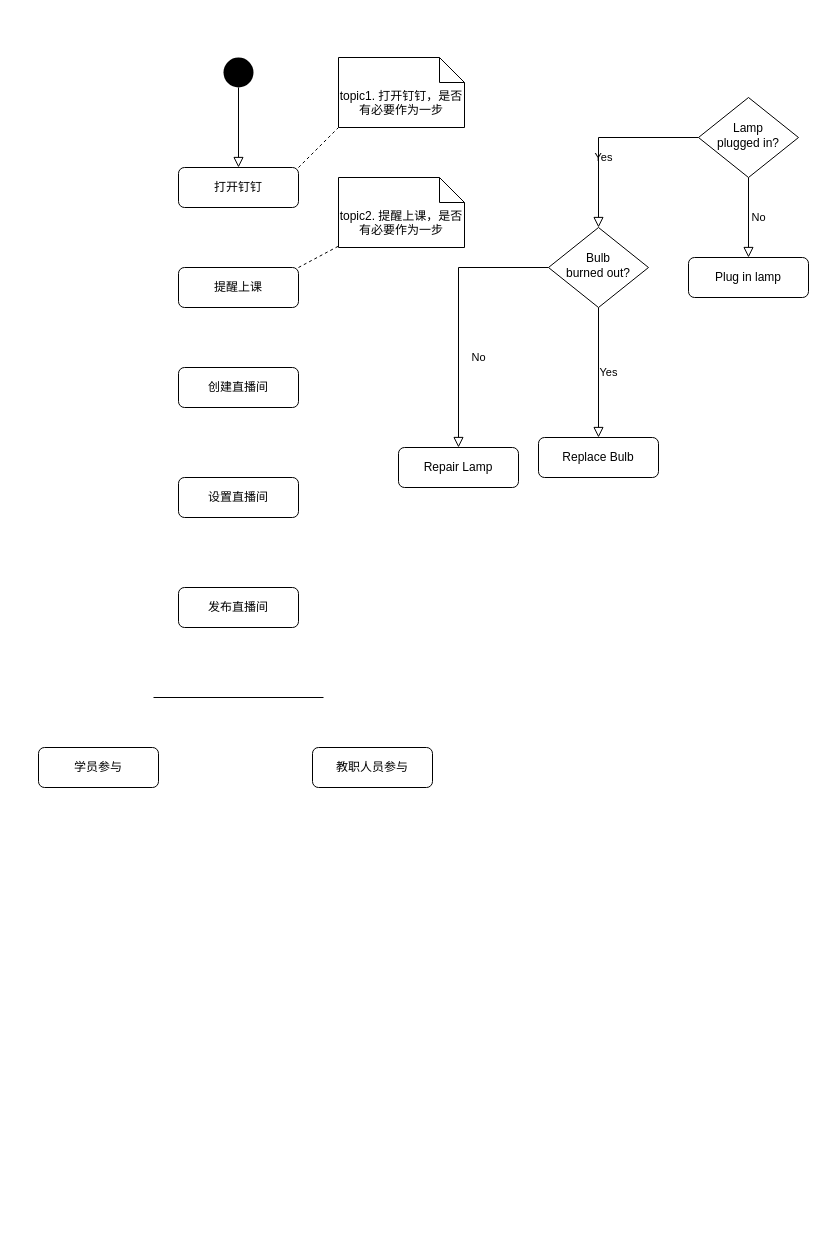
Before: 钉钉开课流程.drawio in innovatorCL/DiagramsRepo, a draw.io diagram. Source tidied: cells renumbered, new cells numbered last; positions are measured from the earlier drawing's top-left corner, leaving out a move shared by most shapes. Both pictures are drawn from the tidied source at 100%, with x=0, y=0 at pixel (38, 57).
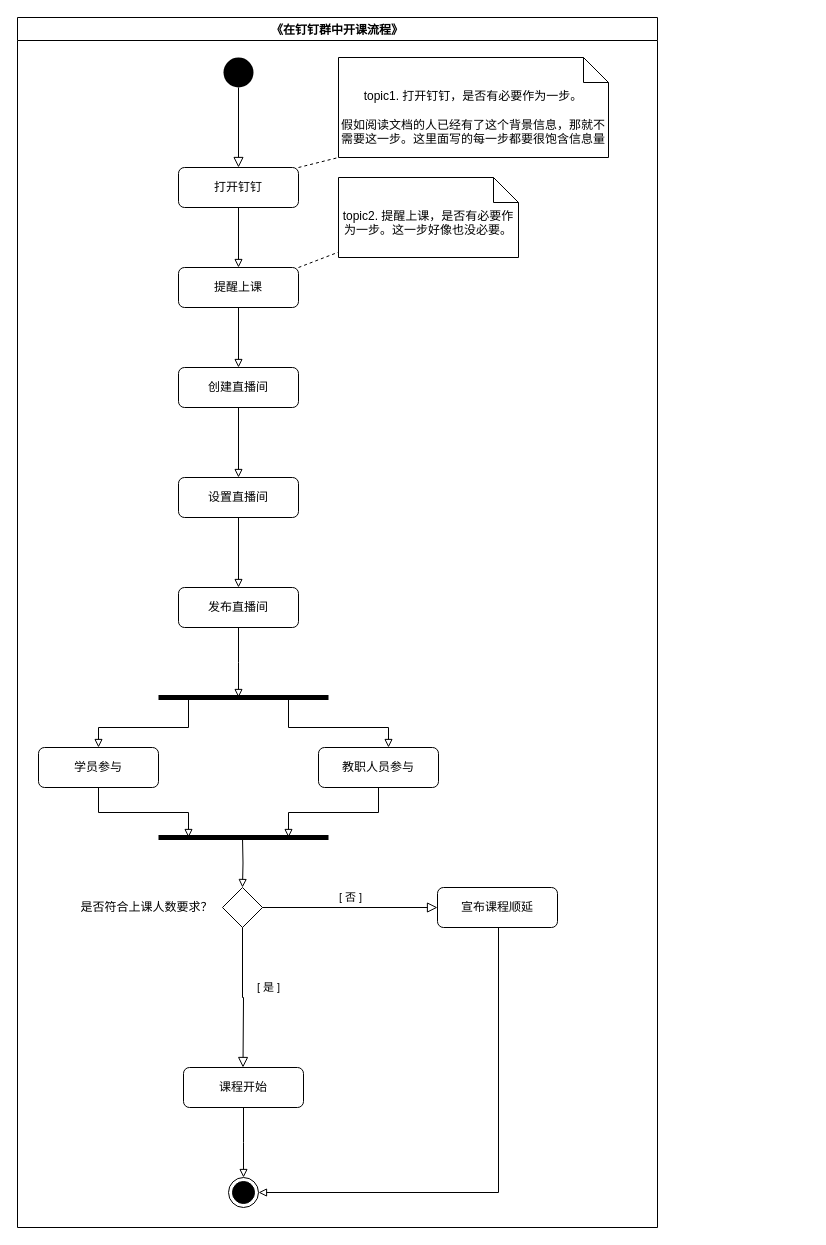
The same page after the edit.

Commit message (it also covers changes not shown here):
Update 钉钉开课流程.drawio

Change to the diagram source:
```diff
@@
+    <mxCell id="25" style="group;" parent="1" vertex="1">
+      <mxGeometry x="-21" y="-40" width="640" height="1210" as="geometry" />
+    </mxCell>
+    <mxCell id="26" value="《在钉钉群中开课流程》" style="swimlane;shadow=0;sketch=0;fillStyle=auto;rounded=0;swimlaneLine=1;glass=0;fillColor=none;swimlaneFillColor=default;" parent="25" vertex="1">
+      <mxGeometry width="640" height="1210" as="geometry" />
+    </mxCell>
+    <mxCell id="27" style="rhombus;whiteSpace=wrap;html=1;shadow=0;fontFamily=Helvetica;fontSize=12;align=center;strokeWidth=1;spacing=6;spacingTop=-4;" parent="26" vertex="1">
+      <mxGeometry x="205" y="870" width="40" height="40" as="geometry" />
+    </mxCell>
+    <mxCell id="28" value="宣布课程顺延" style="rounded=1;whiteSpace=wrap;html=1;fontSize=12;glass=0;strokeWidth=1;shadow=0;" parent="26" vertex="1">
+      <mxGeometry x="420" y="870" width="120" height="40" as="geometry" />
+    </mxCell>
+    <mxCell id="8" value="[ 否 ]" style="edgeStyle=orthogonalEdgeStyle;rounded=0;html=1;jettySize=auto;fontSize=11;endArrow=block;endFill=0;endSize=8;strokeWidth=1;shadow=0;labelBackgroundColor=none;exitX=1;exitY=0.5;exitDx=0;exitDy=0;entryX=0;entryY=0.5;entryDx=0;entryDy=0;" parent="26" edge="1" source="27" target="28">
+      <mxGeometry y="10" relative="1" as="geometry" />
+    </mxCell>
+    <mxCell id="29" value="是否符合上课人数要求？" style="text;html=1;strokeColor=none;fillColor=none;align=center;verticalAlign=middle;whiteSpace=wrap;rounded=0;shadow=0;glass=0;sketch=0;fillStyle=auto;" parent="26" vertex="1">
+      <mxGeometry x="54" y="877.5" width="151" height="25" as="geometry" />
+    </mxCell>
-    <mxCell id="2" value="打开钉钉" style="rounded=1;whiteSpace=wrap;html=1;fontSize=12;glass=0;strokeWidth=1;shadow=0;" parent="1" vertex="1">
-      <mxGeometry x="140" y="110" width="120" height="40" as="geometry" />
+    <mxCell id="2" value="打开钉钉" style="rounded=1;whiteSpace=wrap;html=1;fontSize=12;glass=0;strokeWidth=1;shadow=0;" parent="25" vertex="1">
+      <mxGeometry x="161" y="150" width="120" height="40" as="geometry" />
     </mxCell>
-    <mxCell id="3" value="Yes" style="rounded=0;html=1;jettySize=auto;fontSize=11;endArrow=block;endFill=0;endSize=8;strokeWidth=1;shadow=0;labelBackgroundColor=none;edgeStyle=orthogonalEdgeStyle;" parent="1" edge="1" source="5" target="9">
-      <mxGeometry y="20" relative="1" as="geometry" />
-    </mxCell>
-    <mxCell id="4" value="No" style="edgeStyle=orthogonalEdgeStyle;rounded=0;html=1;jettySize=auto;fontSize=11;endArrow=block;endFill=0;endSize=8;strokeWidth=1;shadow=0;labelBackgroundColor=none;" parent="1" edge="1" source="5" target="6">
-      <mxGeometry y="10" relative="1" as="geometry" />
-    </mxCell>
-    <mxCell id="5" value="Lamp&lt;br&gt;plugged in?" style="rhombus;whiteSpace=wrap;html=1;shadow=0;fontFamily=Helvetica;fontSize=12;align=center;strokeWidth=1;spacing=6;spacingTop=-4;" parent="1" vertex="1">
-      <mxGeometry x="660" y="40" width="100" height="80" as="geometry" />
-    </mxCell>
-    <mxCell id="6" value="Plug in lamp" style="rounded=1;whiteSpace=wrap;html=1;fontSize=12;glass=0;strokeWidth=1;shadow=0;" parent="1" vertex="1">
-      <mxGeometry x="650" y="200" width="120" height="40" as="geometry" />
-    </mxCell>
-    <mxCell id="7" value="No" style="rounded=0;html=1;jettySize=auto;fontSize=11;endArrow=block;endFill=0;endSize=8;strokeWidth=1;shadow=0;labelBackgroundColor=none;edgeStyle=orthogonalEdgeStyle;" parent="1" edge="1" source="9" target="10">
-      <mxGeometry x="0.33" y="20" relative="1" as="geometry" />
+    <mxCell id="7" value="[ 是 ]" style="rounded=0;html=1;jettySize=auto;fontSize=11;endArrow=block;endFill=0;endSize=8;strokeWidth=1;shadow=0;labelBackgroundColor=none;edgeStyle=orthogonalEdgeStyle;" parent="25" edge="1" source="27">
+      <mxGeometry x="-0.15" y="26" relative="1" as="geometry">
+        <mxPoint x="225.5" y="1050" as="targetPoint" />
+      </mxGeometry>
     </mxCell>
-    <mxCell id="8" value="Yes" style="edgeStyle=orthogonalEdgeStyle;rounded=0;html=1;jettySize=auto;fontSize=11;endArrow=block;endFill=0;endSize=8;strokeWidth=1;shadow=0;labelBackgroundColor=none;" parent="1" edge="1" source="9" target="11">
-      <mxGeometry y="10" relative="1" as="geometry" />
-    </mxCell>
-    <mxCell id="9" value="Bulb&lt;br&gt;burned out?" style="rhombus;whiteSpace=wrap;html=1;shadow=0;fontFamily=Helvetica;fontSize=12;align=center;strokeWidth=1;spacing=6;spacingTop=-4;" parent="1" vertex="1">
-      <mxGeometry x="510" y="170" width="100" height="80" as="geometry" />
-    </mxCell>
-    <mxCell id="10" value="Repair Lamp" style="rounded=1;whiteSpace=wrap;html=1;fontSize=12;glass=0;strokeWidth=1;shadow=0;" parent="1" vertex="1">
-      <mxGeometry x="360" y="390" width="120" height="40" as="geometry" />
-    </mxCell>
-    <mxCell id="11" value="Replace Bulb" style="rounded=1;whiteSpace=wrap;html=1;fontSize=12;glass=0;strokeWidth=1;shadow=0;" parent="1" vertex="1">
-      <mxGeometry x="500" y="380" width="120" height="40" as="geometry" />
-    </mxCell>
-    <mxCell id="12" style="ellipse;fillColor=#000000;strokeColor=none;" parent="1" vertex="1">
-      <mxGeometry x="185" width="30" height="30" as="geometry" />
+    <mxCell id="12" style="ellipse;fillColor=#000000;strokeColor=none;" parent="25" vertex="1">
+      <mxGeometry x="206" y="40" width="30" height="30" as="geometry" />
     </mxCell>
-    <mxCell id="13" style="rounded=0;html=1;jettySize=auto;fontSize=11;endArrow=block;endFill=0;endSize=8;strokeWidth=1;shadow=0;labelBackgroundColor=none;edgeStyle=orthogonalEdgeStyle;exitX=0.5;exitY=1;exitDx=0;exitDy=0;entryX=0.5;entryY=0;entryDx=0;entryDy=0;" parent="1" edge="1" source="12" target="2">
+    <mxCell id="13" style="rounded=0;html=1;jettySize=auto;fontSize=11;endArrow=block;endFill=0;endSize=8;strokeWidth=1;shadow=0;labelBackgroundColor=none;edgeStyle=orthogonalEdgeStyle;exitX=0.5;exitY=1;exitDx=0;exitDy=0;entryX=0.5;entryY=0;entryDx=0;entryDy=0;" parent="25" edge="1" source="12" target="2">
       <mxGeometry relative="1" as="geometry" />
     </mxCell>
-    <mxCell id="14" value="提醒上课" style="rounded=1;whiteSpace=wrap;html=1;fontSize=12;glass=0;strokeWidth=1;shadow=0;" parent="1" vertex="1">
-      <mxGeometry x="140" y="210" width="120" height="40" as="geometry" />
+    <mxCell id="14" value="提醒上课" style="rounded=1;whiteSpace=wrap;html=1;fontSize=12;glass=0;strokeWidth=1;shadow=0;" parent="25" vertex="1">
+      <mxGeometry x="161" y="250" width="120" height="40" as="geometry" />
     </mxCell>
+    <mxCell id="30" style="edgeStyle=orthogonalEdgeStyle;rounded=0;jettySize=auto;html=1;entryX=0.5;entryY=0;entryDx=0;entryDy=0;strokeWidth=1;endArrow=block;endFill=0;" parent="25" edge="1" source="2" target="14">
+      <mxGeometry relative="1" as="geometry" />
+    </mxCell>
-    <mxCell id="15" value="创建直播间" style="rounded=1;whiteSpace=wrap;html=1;fontSize=12;glass=0;strokeWidth=1;shadow=0;" parent="1" vertex="1">
-      <mxGeometry x="140" y="310" width="120" height="40" as="geometry" />
+    <mxCell id="15" value="创建直播间" style="rounded=1;whiteSpace=wrap;html=1;fontSize=12;glass=0;strokeWidth=1;shadow=0;" parent="25" vertex="1">
+      <mxGeometry x="161" y="350" width="120" height="40" as="geometry" />
     </mxCell>
+    <mxCell id="31" style="edgeStyle=orthogonalEdgeStyle;rounded=0;jettySize=auto;html=1;entryX=0.5;entryY=0;entryDx=0;entryDy=0;endArrow=block;endFill=0;strokeWidth=1;" parent="25" edge="1" source="14" target="15">
+      <mxGeometry relative="1" as="geometry" />
+    </mxCell>
-    <mxCell id="16" value="topic1. 打开钉钉，是否有必要作为一步&lt;br&gt;" style="shape=note2;boundedLbl=1;whiteSpace=wrap;html=1;size=25;verticalAlign=top;align=center;" parent="1" vertex="1">
-      <mxGeometry x="300" width="126" height="70" as="geometry" />
+    <mxCell id="16" value="&lt;div&gt;&lt;span&gt;topic1. 打开钉钉，是否有必要作为一步。&lt;/span&gt;&lt;/div&gt;&lt;div&gt;&lt;br&gt;&lt;/div&gt;&lt;div&gt;&lt;span&gt;假如阅读文档的人已经有了这个背景信息，那就不需要这一步。这里面写的每一步都要很饱含信息量&lt;/span&gt;&lt;/div&gt;" style="shape=note2;boundedLbl=1;whiteSpace=wrap;html=1;size=25;verticalAlign=top;align=center;" parent="25" vertex="1">
+      <mxGeometry x="321" y="40" width="270" height="100" as="geometry" />
     </mxCell>
-    <mxCell id="17" style="endArrow=none;dashed=1;html=1;rounded=0;entryX=0;entryY=1;entryDx=0;entryDy=0;entryPerimeter=0;exitX=1;exitY=0;exitDx=0;exitDy=0;" parent="1" edge="1" source="2" target="16">
+    <mxCell id="17" style="endArrow=none;dashed=1;html=1;rounded=0;entryX=0;entryY=1;entryDx=0;entryDy=0;entryPerimeter=0;exitX=1;exitY=0;exitDx=0;exitDy=0;" parent="25" edge="1" source="2" target="16">
       <mxGeometry relative="1" as="geometry" />
     </mxCell>
-    <mxCell id="18" value="topic2. 提醒上课，是否有必要作为一步" style="shape=note2;boundedLbl=1;whiteSpace=wrap;html=1;size=25;verticalAlign=top;align=center;" parent="1" vertex="1">
-      <mxGeometry x="300" y="120" width="126" height="70" as="geometry" />
+    <mxCell id="18" value="topic2. 提醒上课，是否有必要作为一步。这一步好像也没必要。" style="shape=note2;boundedLbl=1;whiteSpace=wrap;html=1;size=25;verticalAlign=top;align=center;" parent="25" vertex="1">
+      <mxGeometry x="321" y="160" width="180" height="80" as="geometry" />
     </mxCell>
-    <mxCell id="19" style="endArrow=none;dashed=1;html=1;rounded=0;exitX=1;exitY=0;exitDx=0;exitDy=0;" parent="1" edge="1" source="14" target="18">
+    <mxCell id="19" style="endArrow=none;dashed=1;html=1;rounded=0;exitX=1;exitY=0;exitDx=0;exitDy=0;" parent="25" edge="1" source="14" target="18">
       <mxGeometry relative="1" as="geometry" />
     </mxCell>
-    <mxCell id="20" value="设置直播间" style="rounded=1;whiteSpace=wrap;html=1;fontSize=12;glass=0;strokeWidth=1;shadow=0;" parent="1" vertex="1">
-      <mxGeometry x="140" y="420" width="120" height="40" as="geometry" />
+    <mxCell id="20" value="设置直播间" style="rounded=1;whiteSpace=wrap;html=1;fontSize=12;glass=0;strokeWidth=1;shadow=0;" parent="25" vertex="1">
+      <mxGeometry x="161" y="460" width="120" height="40" as="geometry" />
     </mxCell>
+    <mxCell id="32" style="edgeStyle=orthogonalEdgeStyle;rounded=0;jettySize=auto;html=1;entryX=0.5;entryY=0;entryDx=0;entryDy=0;endArrow=block;endFill=0;strokeWidth=1;" parent="25" edge="1" source="15" target="20">
+      <mxGeometry relative="1" as="geometry" />
+    </mxCell>
+    <mxCell id="33" style="edgeStyle=orthogonalEdgeStyle;rounded=0;jettySize=auto;html=1;exitX=0.5;exitY=1;exitDx=0;exitDy=0;endArrow=block;endFill=0;strokeWidth=1;" parent="25" edge="1" source="21">
+      <mxGeometry relative="1" as="geometry">
+        <mxPoint x="221" y="680" as="targetPoint" />
+      </mxGeometry>
+    </mxCell>
-    <mxCell id="21" value="发布直播间" style="rounded=1;whiteSpace=wrap;html=1;fontSize=12;glass=0;strokeWidth=1;shadow=0;" parent="1" vertex="1">
-      <mxGeometry x="140" y="530" width="120" height="40" as="geometry" />
+    <mxCell id="21" value="发布直播间" style="rounded=1;whiteSpace=wrap;html=1;fontSize=12;glass=0;strokeWidth=1;shadow=0;" parent="25" vertex="1">
+      <mxGeometry x="161" y="570" width="120" height="40" as="geometry" />
     </mxCell>
+    <mxCell id="34" style="edgeStyle=orthogonalEdgeStyle;rounded=0;jettySize=auto;html=1;entryX=0.5;entryY=0;entryDx=0;entryDy=0;endArrow=block;endFill=0;strokeWidth=1;" parent="25" edge="1" source="20" target="21">
+      <mxGeometry relative="1" as="geometry" />
+    </mxCell>
+    <mxCell id="35" style="edgeStyle=elbowEdgeStyle;rounded=0;jettySize=auto;html=1;exitX=0.5;exitY=1;exitDx=0;exitDy=0;endArrow=block;endFill=0;strokeWidth=1;elbow=vertical;" parent="25" edge="1" source="22">
+      <mxGeometry relative="1" as="geometry">
+        <mxPoint x="171" y="820" as="targetPoint" />
+      </mxGeometry>
+    </mxCell>
-    <mxCell id="22" value="学员参与" style="rounded=1;whiteSpace=wrap;html=1;fontSize=12;glass=0;strokeWidth=1;shadow=0;" parent="1" vertex="1">
-      <mxGeometry y="690" width="120" height="40" as="geometry" />
+    <mxCell id="22" value="学员参与" style="rounded=1;whiteSpace=wrap;html=1;fontSize=12;glass=0;strokeWidth=1;shadow=0;" parent="25" vertex="1">
+      <mxGeometry x="21" y="730" width="120" height="40" as="geometry" />
     </mxCell>
+    <mxCell id="36" style="edgeStyle=elbowEdgeStyle;rounded=0;jettySize=auto;html=1;endArrow=block;endFill=0;strokeWidth=1;elbow=vertical;" parent="25" edge="1" source="23">
+      <mxGeometry relative="1" as="geometry">
+        <mxPoint x="271" y="820" as="targetPoint" />
+      </mxGeometry>
+    </mxCell>
-    <mxCell id="23" value="教职人员参与" style="rounded=1;whiteSpace=wrap;html=1;fontSize=12;glass=0;strokeWidth=1;shadow=0;" parent="1" vertex="1">
-      <mxGeometry x="274" y="690" width="120" height="40" as="geometry" />
+    <mxCell id="23" value="教职人员参与" style="rounded=1;whiteSpace=wrap;html=1;fontSize=12;glass=0;strokeWidth=1;shadow=0;" parent="25" vertex="1">
+      <mxGeometry x="301" y="730" width="120" height="40" as="geometry" />
     </mxCell>
-    <mxCell id="24" style="endArrow=none;html=1;rounded=0;" parent="1" edge="1">
+    <mxCell id="24" style="endArrow=none;html=1;rounded=0;strokeWidth=5;" parent="25" edge="1">
       <mxGeometry relative="1" as="geometry">
-        <mxPoint x="115" y="640" as="sourcePoint" />
-        <mxPoint x="285" y="640" as="targetPoint" />
+        <mxPoint x="141" y="680" as="sourcePoint" />
+        <mxPoint x="311" y="680" as="targetPoint" />
       </mxGeometry>
     </mxCell>
+    <mxCell id="37" style="rounded=0;jettySize=auto;html=1;endArrow=block;endFill=0;strokeWidth=1;entryX=0.5;entryY=0;entryDx=0;entryDy=0;edgeStyle=orthogonalEdgeStyle;" parent="25" edge="1" target="22">
+      <mxGeometry relative="1" as="geometry">
+        <mxPoint x="171" y="680" as="sourcePoint" />
+        <Array as="points">
+          <mxPoint x="171" y="710" />
+          <mxPoint x="81" y="710" />
+        </Array>
+      </mxGeometry>
+    </mxCell>
+    <mxCell id="38" style="rounded=0;jettySize=auto;html=1;endArrow=block;endFill=0;strokeWidth=1;edgeStyle=orthogonalEdgeStyle;" parent="25" edge="1" target="23">
+      <mxGeometry relative="1" as="geometry">
+        <mxPoint x="241" y="680" as="sourcePoint" />
+        <Array as="points">
+          <mxPoint x="271" y="680" />
+          <mxPoint x="271" y="710" />
+          <mxPoint x="371" y="710" />
+        </Array>
+      </mxGeometry>
+    </mxCell>
+    <mxCell id="39" style="endArrow=none;html=1;rounded=0;strokeWidth=5;" parent="25" edge="1">
+      <mxGeometry relative="1" as="geometry">
+        <mxPoint x="141" y="820" as="sourcePoint" />
+        <mxPoint x="311" y="820" as="targetPoint" />
+      </mxGeometry>
+    </mxCell>
+    <mxCell id="40" style="edgeStyle=orthogonalEdgeStyle;rounded=0;jettySize=auto;html=1;endArrow=block;endFill=0;strokeWidth=1;entryX=0.5;entryY=0;entryDx=0;entryDy=0;" parent="25" edge="1" target="27">
+      <mxGeometry relative="1" as="geometry">
+        <mxPoint x="225" y="820" as="sourcePoint" />
+      </mxGeometry>
+    </mxCell>
+    <mxCell id="41" value="课程开始" style="rounded=1;whiteSpace=wrap;html=1;fontSize=12;glass=0;strokeWidth=1;shadow=0;" parent="25" vertex="1">
+      <mxGeometry x="166" y="1050" width="120" height="40" as="geometry" />
+    </mxCell>
+    <mxCell id="42" style="edgeStyle=elbowEdgeStyle;rounded=0;jettySize=auto;html=1;entryX=1;entryY=0.5;entryDx=0;entryDy=0;endArrow=block;endFill=0;strokeWidth=1;" parent="25" edge="1" source="28" target="43">
+      <mxGeometry relative="1" as="geometry">
+        <Array as="points">
+          <mxPoint x="481" y="1040" />
+        </Array>
+      </mxGeometry>
+    </mxCell>
+    <mxCell id="43" style="ellipse;html=1;shape=endState;fillColor=#000000;strokeColor=#000000;" parent="25" vertex="1">
+      <mxGeometry x="211" y="1160" width="30" height="30" as="geometry" />
+    </mxCell>
+    <mxCell id="44" style="edgeStyle=elbowEdgeStyle;rounded=0;jettySize=auto;elbow=vertical;html=1;exitX=0.5;exitY=1;exitDx=0;exitDy=0;endArrow=block;endFill=0;strokeWidth=1;" parent="25" edge="1" source="41" target="43">
+      <mxGeometry relative="1" as="geometry" />
+    </mxCell>
```
